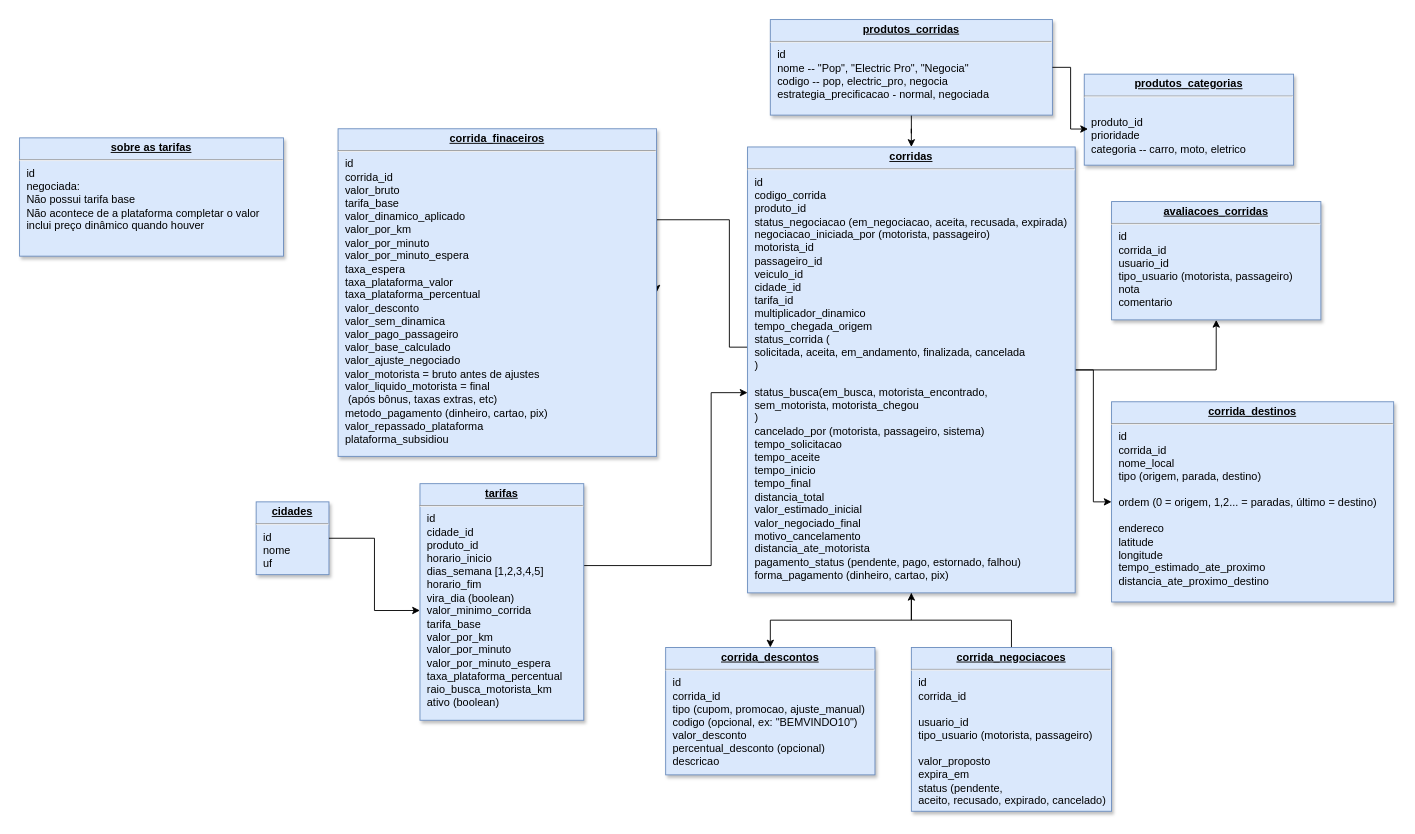
PnA-Publicidade/aplicativo-mobilidade-urbana-backend keeps this draw.io diagram as page "corridas" (2 of 2) of Diagrama sem nome.drawio. Above is the earlier version. Source tidied: cells renumbered, new cells numbered last; positions are measured from the earlier drawing's top-left corner, leaving out a move shared by most shapes. Both pictures are drawn from the tidied source at 91%, with x=0, y=0 at pixel (19, 19).
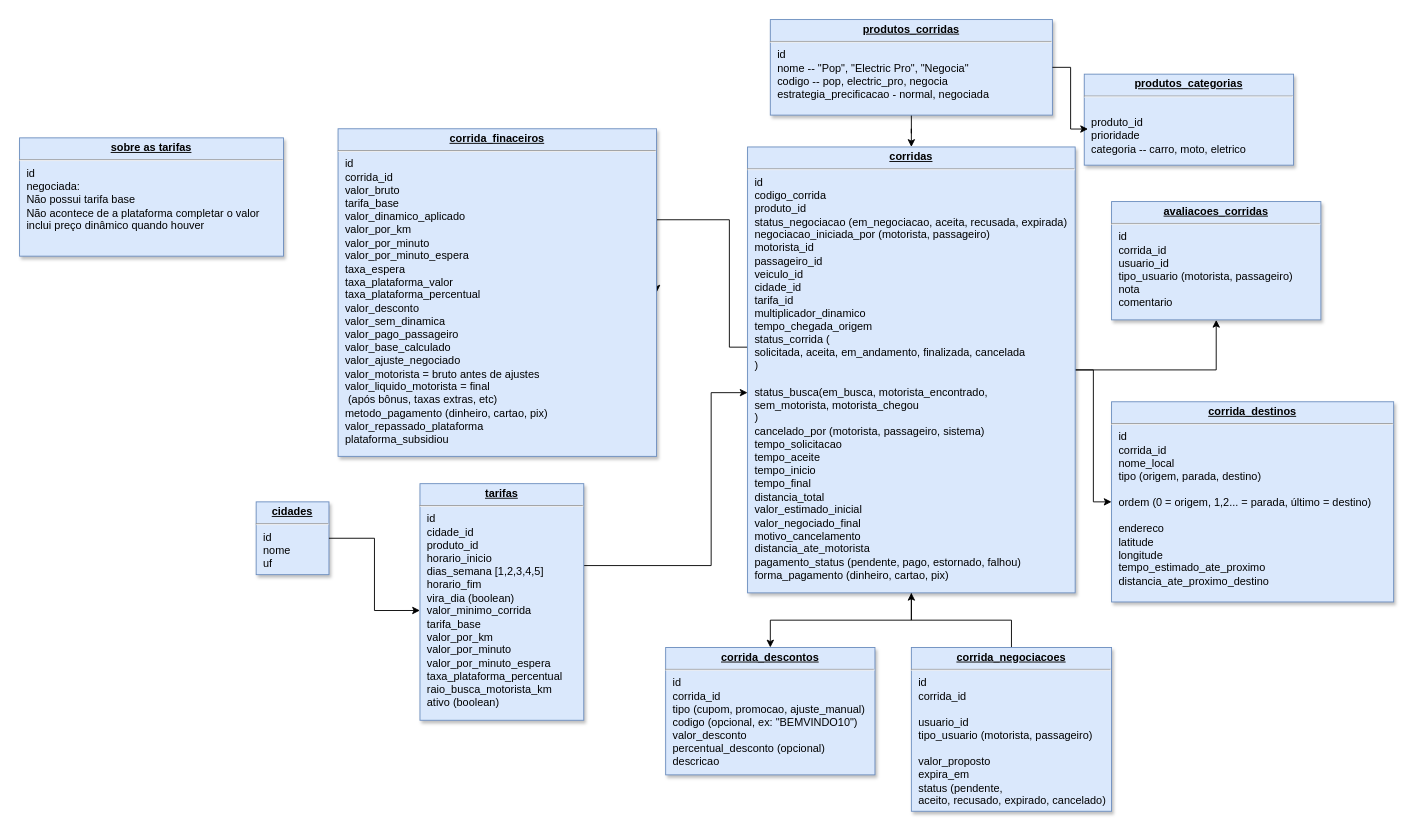
The same diagram, later.

The edit, as a diff of the source:
```diff
@@
-    <mxCell id="8" value="&lt;p style=&quot;margin: 0px ; margin-top: 4px ; text-align: center ; text-decoration: underline&quot;&gt;&lt;b&gt;corrida_destinos&lt;/b&gt;&lt;/p&gt;&lt;hr&gt;&lt;p style=&quot;margin: 0px ; margin-left: 8px&quot;&gt;id&lt;/p&gt;&lt;p style=&quot;margin: 0px ; margin-left: 8px&quot;&gt;corrida_id&lt;/p&gt;&lt;p style=&quot;margin: 0px ; margin-left: 8px&quot;&gt;nome_local&lt;/p&gt;&lt;p style=&quot;margin: 0px ; margin-left: 8px&quot;&gt;tipo (origem, parada, destino)&lt;/p&gt;&lt;p style=&quot;margin: 0px ; margin-left: 8px&quot;&gt;&lt;br&gt;&lt;/p&gt;&lt;p style=&quot;margin: 0px ; margin-left: 8px&quot;&gt;ordem (0 = origem, 1,2... = paradas, último = destino)&lt;/p&gt;&lt;p style=&quot;margin: 0px ; margin-left: 8px&quot;&gt;&lt;br&gt;&lt;/p&gt;&lt;p style=&quot;margin: 0px ; margin-left: 8px&quot;&gt;endereco&lt;/p&gt;&lt;p style=&quot;margin: 0px ; margin-left: 8px&quot;&gt;latitude&lt;/p&gt;&lt;p style=&quot;margin: 0px ; margin-left: 8px&quot;&gt;longitude&lt;/p&gt;&lt;p style=&quot;margin: 0px ; margin-left: 8px&quot;&gt;tempo_estimado_ate_proximo&lt;/p&gt;&lt;p style=&quot;margin: 0px ; margin-left: 8px&quot;&gt;distancia_ate_proximo_destino&lt;/p&gt;" style="verticalAlign=top;align=left;overflow=fill;fontSize=12;fontFamily=Helvetica;html=1;strokeColor=#6c8ebf;shadow=1;fillColor=#dae8fc;" parent="1" vertex="1">
+    <mxCell id="8" value="&lt;p style=&quot;margin: 0px ; margin-top: 4px ; text-align: center ; text-decoration: underline&quot;&gt;&lt;b&gt;corrida_destinos&lt;/b&gt;&lt;/p&gt;&lt;hr&gt;&lt;p style=&quot;margin: 0px ; margin-left: 8px&quot;&gt;id&lt;/p&gt;&lt;p style=&quot;margin: 0px ; margin-left: 8px&quot;&gt;corrida_id&lt;/p&gt;&lt;p style=&quot;margin: 0px ; margin-left: 8px&quot;&gt;nome_local&lt;/p&gt;&lt;p style=&quot;margin: 0px ; margin-left: 8px&quot;&gt;tipo (origem, parada, destino)&lt;/p&gt;&lt;p style=&quot;margin: 0px ; margin-left: 8px&quot;&gt;&lt;br&gt;&lt;/p&gt;&lt;p style=&quot;margin: 0px ; margin-left: 8px&quot;&gt;ordem (0 = origem, 1,2... = parada, último = destino)&lt;/p&gt;&lt;p style=&quot;margin: 0px ; margin-left: 8px&quot;&gt;&lt;br&gt;&lt;/p&gt;&lt;p style=&quot;margin: 0px ; margin-left: 8px&quot;&gt;endereco&lt;/p&gt;&lt;p style=&quot;margin: 0px ; margin-left: 8px&quot;&gt;latitude&lt;/p&gt;&lt;p style=&quot;margin: 0px ; margin-left: 8px&quot;&gt;longitude&lt;/p&gt;&lt;p style=&quot;margin: 0px ; margin-left: 8px&quot;&gt;tempo_estimado_ate_proximo&lt;/p&gt;&lt;p style=&quot;margin: 0px ; margin-left: 8px&quot;&gt;distancia_ate_proximo_destino&lt;/p&gt;" style="verticalAlign=top;align=left;overflow=fill;fontSize=12;fontFamily=Helvetica;html=1;strokeColor=#6c8ebf;shadow=1;fillColor=#dae8fc;" parent="1" vertex="1">
       <mxGeometry x="1200" y="420" width="310" height="220" as="geometry" />
     </mxCell>
```
